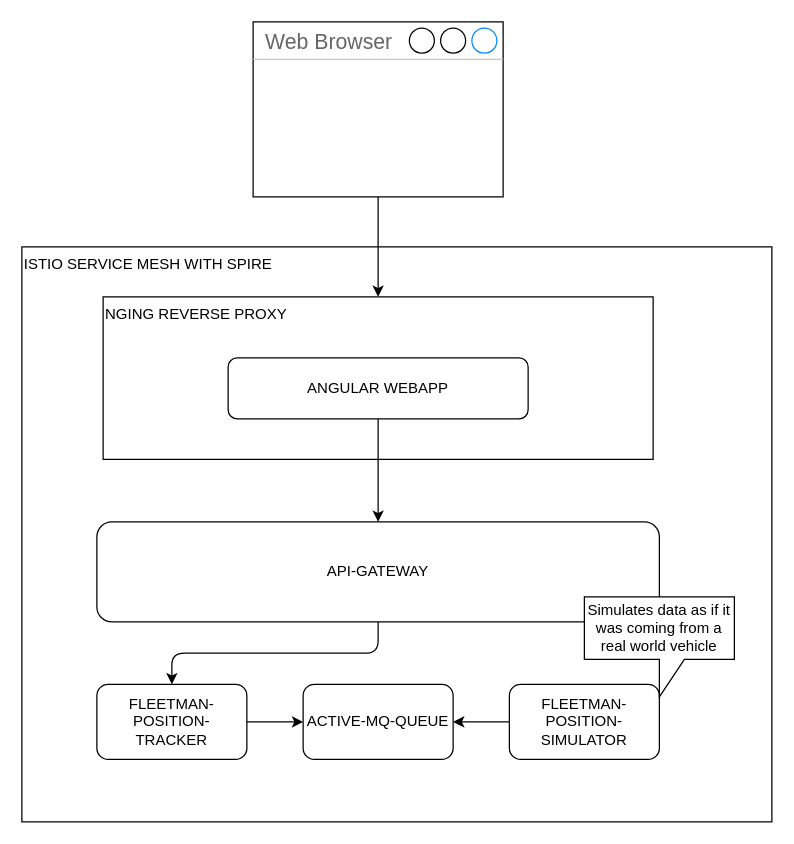
Earlier version of the draw.io diagram architecture.drawio (WUST-Projects/ITAPP_THU0730_FleetmanVehicleReliabilityandMTTDSystem). Source tidied: cells renumbered, new cells numbered last; positions are measured from the earlier drawing's top-left corner, leaving out a move shared by most shapes. Both pictures are drawn from the tidied source at 125%, with x=0, y=0 at pixel (21, 21).
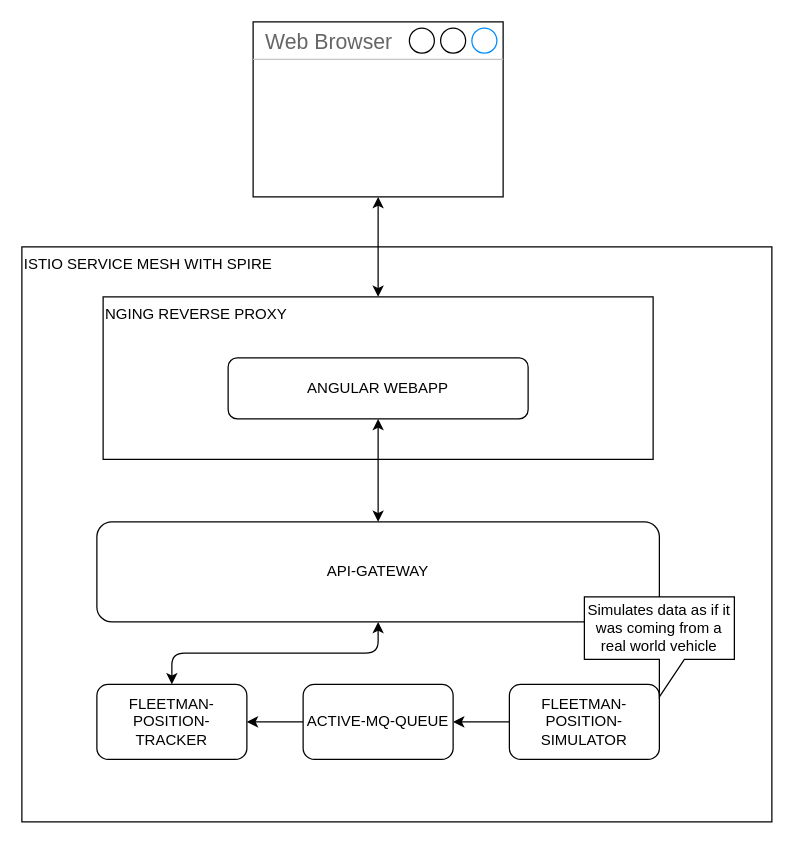
After the change.

The edit, as a diff of the source:
```diff
@@
 <mxGraphModel>
   <root>
     <mxCell id="0" />
     <mxCell id="1" parent="0" />
     <mxCell id="2" value="ISTIO SERVICE MESH WITH SPIRE" style="rounded=0;whiteSpace=wrap;html=1;verticalAlign=top;align=left;" parent="1" vertex="1">
       <mxGeometry y="180" width="600" height="460" as="geometry" />
     </mxCell>
-    <mxCell id="3" style="edgeStyle=orthogonalEdgeStyle;html=1;entryX=0.5;entryY=0;entryDx=0;entryDy=0;" parent="1" edge="1" source="4" target="12">
+    <mxCell id="3" style="edgeStyle=orthogonalEdgeStyle;html=1;entryX=0.5;entryY=0;entryDx=0;entryDy=0;startArrow=classic;startFill=1;flowAnimation=1;" parent="1" edge="1" source="4" target="12">
       <mxGeometry relative="1" as="geometry" />
     </mxCell>
     <mxCell id="4" value="Web Browser" style="strokeWidth=1;shadow=0;dashed=0;align=center;html=1;shape=mxgraph.mockup.containers.window;align=left;verticalAlign=top;spacingLeft=8;strokeColor2=#008cff;strokeColor3=#c4c4c4;fontColor=#666666;mainText=;fontSize=17;labelBackgroundColor=none;" parent="1" vertex="1">
       <mxGeometry x="185" width="200" height="140" as="geometry" />
     </mxCell>
-    <mxCell id="5" style="edgeStyle=orthogonalEdgeStyle;html=1;exitX=0.5;exitY=1;exitDx=0;exitDy=0;" parent="1" edge="1" source="6" target="8">
+    <mxCell id="5" style="edgeStyle=orthogonalEdgeStyle;html=1;exitX=0.5;exitY=1;exitDx=0;exitDy=0;startArrow=classic;startFill=1;flowAnimation=1;" parent="1" edge="1" source="6" target="8">
       <mxGeometry relative="1" as="geometry" />
     </mxCell>
     <mxCell id="6" value="API-GATEWAY" style="rounded=1;whiteSpace=wrap;html=1;" parent="1" vertex="1">
       <mxGeometry x="60" y="400" width="450" height="80" as="geometry" />
     </mxCell>
-    <mxCell id="7" style="edgeStyle=orthogonalEdgeStyle;html=1;exitX=1;exitY=0.5;exitDx=0;exitDy=0;entryX=0;entryY=0.5;entryDx=0;entryDy=0;" parent="1" edge="1" source="8" target="11">
+    <mxCell id="7" style="edgeStyle=orthogonalEdgeStyle;html=1;exitX=1;exitY=0.5;exitDx=0;exitDy=0;entryX=0;entryY=0.5;entryDx=0;entryDy=0;endArrow=none;endFill=0;startArrow=classic;startFill=1;flowAnimation=1;" parent="1" edge="1" source="8" target="11">
       <mxGeometry relative="1" as="geometry" />
     </mxCell>
     <mxCell id="8" value="FLEETMAN-POSITION-TRACKER" style="rounded=1;whiteSpace=wrap;html=1;" parent="1" vertex="1">
       <mxGeometry x="60" y="530" width="120" height="60" as="geometry" />
     </mxCell>
-    <mxCell id="9" style="edgeStyle=orthogonalEdgeStyle;html=1;entryX=1;entryY=0.5;entryDx=0;entryDy=0;" parent="1" edge="1" source="10" target="11">
+    <mxCell id="9" style="edgeStyle=orthogonalEdgeStyle;html=1;entryX=1;entryY=0.5;entryDx=0;entryDy=0;flowAnimation=1;" parent="1" edge="1" source="10" target="11">
       <mxGeometry relative="1" as="geometry" />
     </mxCell>
     <mxCell id="10" value="FLEETMAN-POSITION-SIMULATOR" style="rounded=1;whiteSpace=wrap;html=1;" parent="1" vertex="1">
       <mxGeometry x="390" y="530" width="120" height="60" as="geometry" />
     </mxCell>
     <mxCell id="11" value="ACTIVE-MQ-QUEUE" style="rounded=1;whiteSpace=wrap;html=1;" parent="1" vertex="1">
       <mxGeometry x="225" y="530" width="120" height="60" as="geometry" />
     </mxCell>
     <mxCell id="12" value="NGING REVERSE PROXY" style="rounded=0;whiteSpace=wrap;html=1;verticalAlign=top;align=left;" parent="1" vertex="1">
       <mxGeometry x="65" y="220" width="440" height="130" as="geometry" />
     </mxCell>
-    <mxCell id="13" style="edgeStyle=orthogonalEdgeStyle;html=1;entryX=0.5;entryY=0;entryDx=0;entryDy=0;" parent="1" edge="1" source="14" target="6">
+    <mxCell id="13" style="edgeStyle=orthogonalEdgeStyle;html=1;entryX=0.5;entryY=0;entryDx=0;entryDy=0;startArrow=classic;startFill=1;flowAnimation=1;" parent="1" edge="1" source="14" target="6">
       <mxGeometry relative="1" as="geometry" />
     </mxCell>
     <mxCell id="14" value="ANGULAR WEBAPP" style="rounded=1;whiteSpace=wrap;html=1;" parent="1" vertex="1">
       <mxGeometry x="165" y="268.8" width="240" height="48.8" as="geometry" />
     </mxCell>
     <mxCell id="15" value="Simulates data as if it was coming from a real world vehicle" style="shape=callout;whiteSpace=wrap;html=1;perimeter=calloutPerimeter;rounded=0;" parent="1" vertex="1">
       <mxGeometry x="450" y="460" width="120" height="80" as="geometry" />
     </mxCell>
   </root>
 </mxGraphModel>
```
